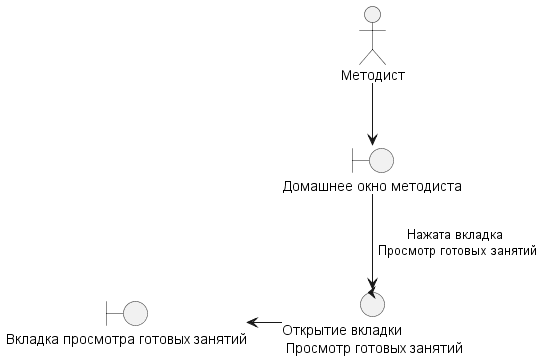
The PlantUML diagram UML/out/Prigodnosty/PrProsmotrZanyatiaMethodist/PrProsmotrZanyatiaMethodist.wsd.png in Undetaker45/MDKP, before a commit. The source it was exported from:
```plantuml
@startuml PrProsmotrZanyatiaMethodist.wsd

actor "Методист" as pl

control "Открытие вкладки\n Просмотр готовых занятий" as co

boundary "Домашнее окно методиста" as bo
boundary "Вкладка просмотра готовых занятий" as bo1


pl --> bo
bo --> co : Нажата вкладка\n Просмотр готовых занятий
co -left-> bo1

@enduml
```
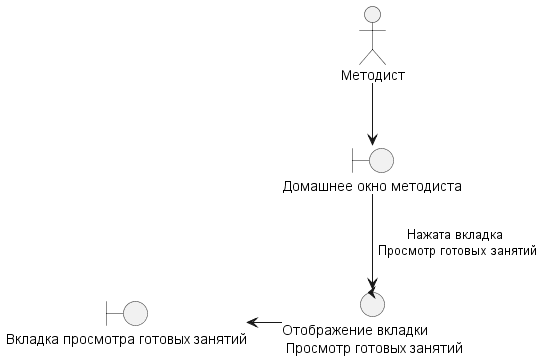
The same file after the commit.

Change to the diagram source:
```diff
@@ -2,7 +2,7 @@
 
 actor "Методист" as pl
 
-control "Открытие вкладки\n Просмотр готовых занятий" as co
+control "Отображение вкладки\n Просмотр готовых занятий" as co
 
 boundary "Домашнее окно методиста" as bo
 boundary "Вкладка просмотра готовых занятий" as bo1
```
